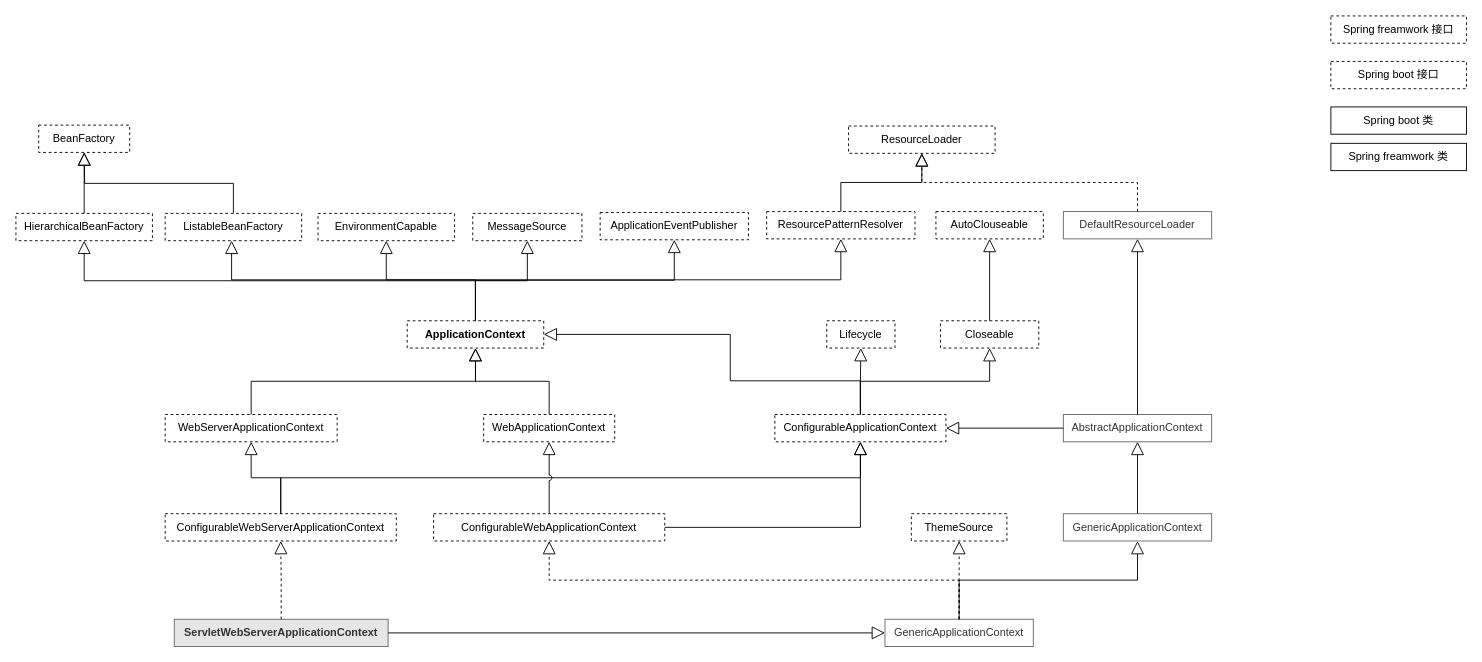
ljq199612/diagram keeps this draw.io diagram as page "第 3 页" (3 of 3) of spring-boot.drawio. Above is the earlier version. Source tidied: cells renumbered, new cells numbered last; positions are measured from the earlier drawing's top-left corner, leaving out a move shared by most shapes. Both pictures are drawn from the tidied source at 91%, with x=0, y=0 at pixel (15, 15).
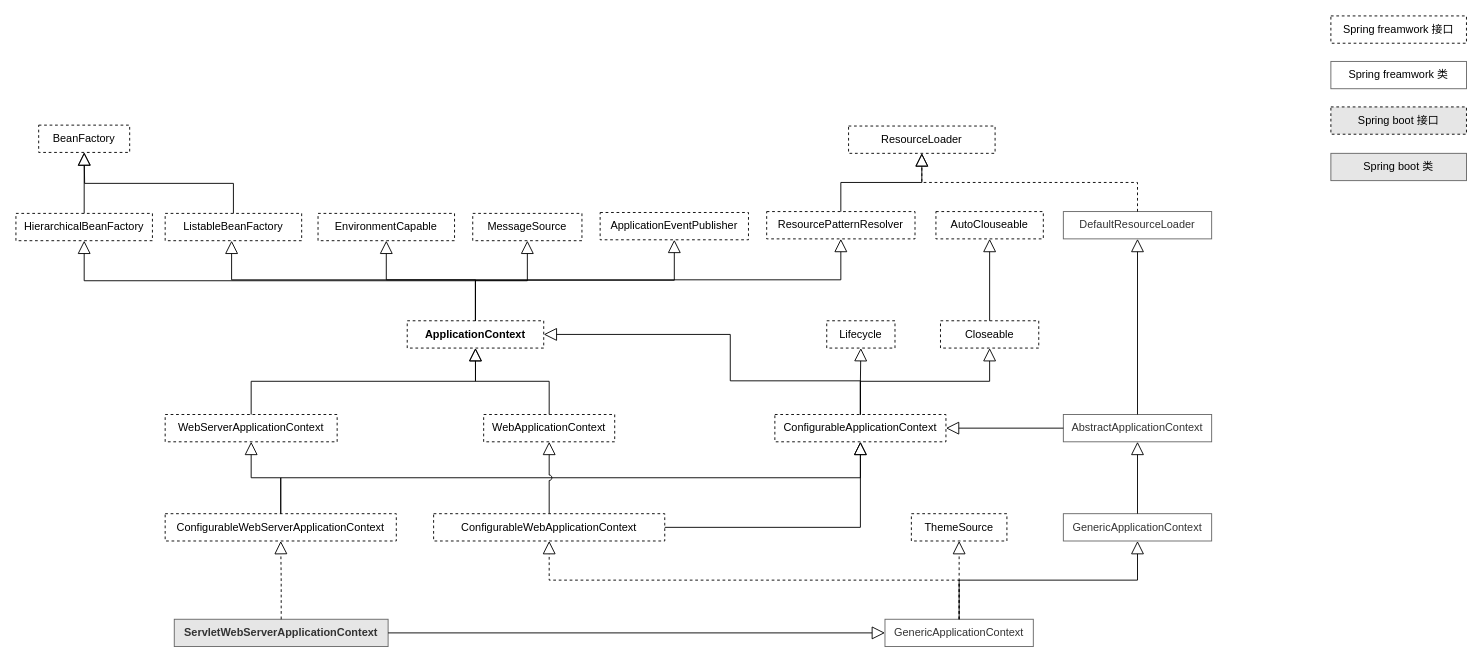
The same diagram, later.

What changed in the source:
```diff
@@
-    <mxCell id="54" value="Spring boot 接口" style="html=1;whiteSpace=wrap;strokeWidth=1;dashed=1;" parent="1" vertex="1">
-      <mxGeometry x="1445" y="50" width="149" height="30" as="geometry" />
+    <mxCell id="54" value="Spring boot 接口" style="html=1;whiteSpace=wrap;strokeWidth=1;dashed=1;fillColor=#E6E6E6;" parent="1" vertex="1">
+      <mxGeometry x="1445" y="100" width="149" height="30" as="geometry" />
     </mxCell>
-    <mxCell id="55" value="Spring boot 类" style="html=1;whiteSpace=wrap;strokeWidth=1;" parent="1" vertex="1">
-      <mxGeometry x="1445" y="100" width="149" height="30" as="geometry" />
+    <mxCell id="55" value="Spring boot 类" style="html=1;whiteSpace=wrap;strokeWidth=1;fillColor=#E6E6E6;strokeColor=#666666;" parent="1" vertex="1">
+      <mxGeometry x="1445" y="151" width="149" height="30" as="geometry" />
     </mxCell>
-    <mxCell id="56" value="Spring freamwork 类" style="html=1;whiteSpace=wrap;strokeWidth=1;" parent="1" vertex="1">
-      <mxGeometry x="1445" y="140" width="149" height="30" as="geometry" />
+    <mxCell id="56" value="Spring freamwork 类" style="html=1;whiteSpace=wrap;strokeWidth=1;strokeColor=#666666;" parent="1" vertex="1">
+      <mxGeometry x="1445" y="50" width="149" height="30" as="geometry" />
     </mxCell>
```
